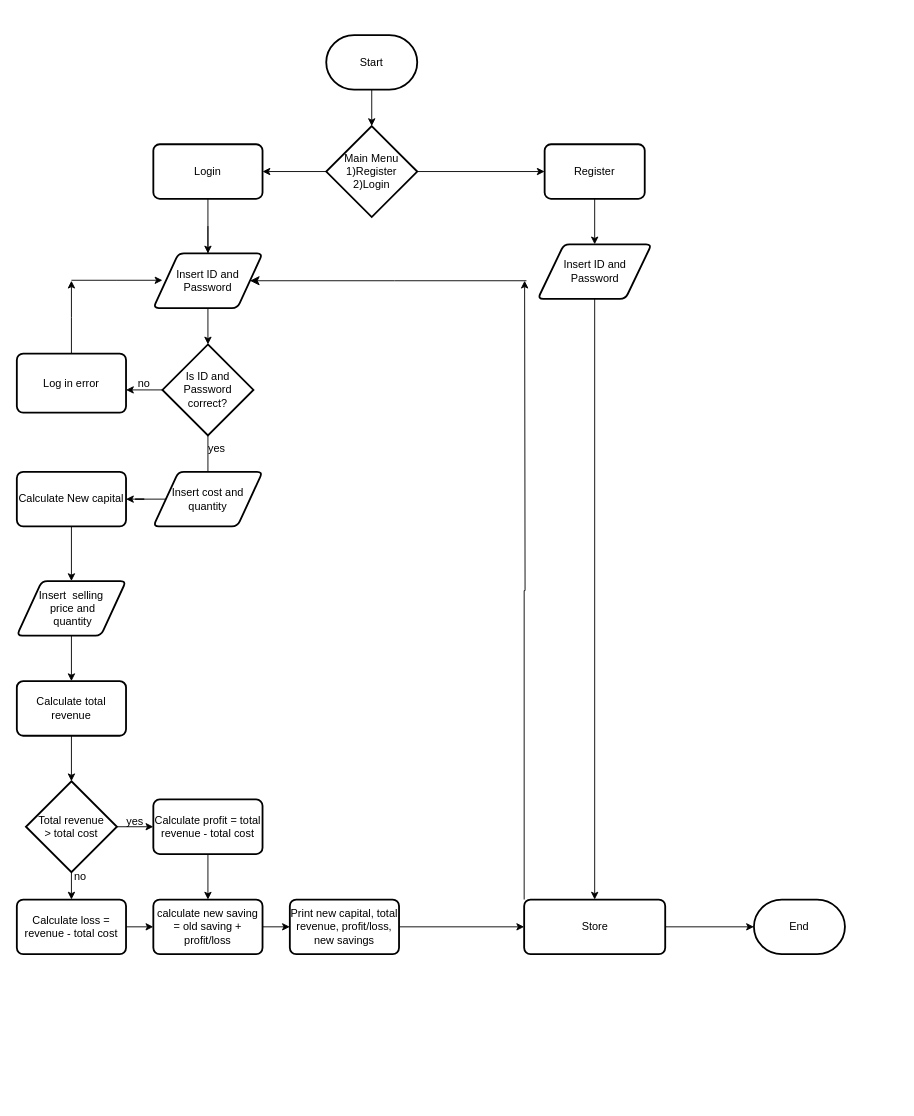
Earlier version of the draw.io diagram Untitled Diagram.drawio (alfredtan132/javajam). Source tidied: cells renumbered, new cells numbered last; positions are measured from the earlier drawing's top-left corner, leaving out a move shared by most shapes. Both pictures are drawn from the tidied source at 91%, with x=0, y=0 at pixel (16, 35).
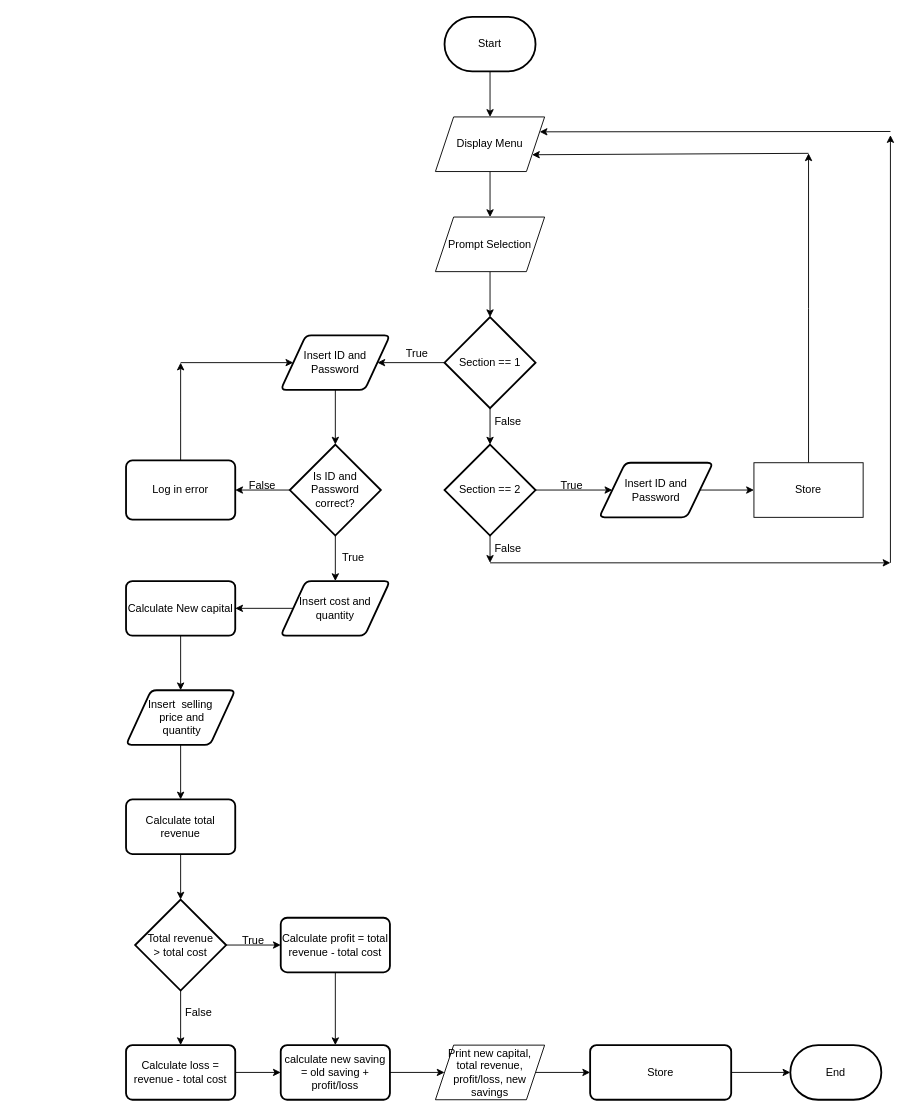
After the change.

Change to the diagram source:
```diff
@@
-    <mxCell id="2" style="edgeStyle=orthogonalEdgeStyle;rounded=0;jettySize=auto;html=1;" parent="1" edge="1" source="3" target="6">
-      <mxGeometry relative="1" as="geometry" />
-    </mxCell>
+    <mxCell id="51" style="edgeStyle=orthogonalEdgeStyle;rounded=0;jettySize=auto;html=1;exitX=0.5;exitY=1;exitDx=0;exitDy=0;exitPerimeter=0;" parent="1" edge="1" source="3" target="58">
+      <mxGeometry relative="1" as="geometry" />
+    </mxCell>
     <mxCell id="3" value="Start" style="strokeWidth=2;html=1;shape=mxgraph.flowchart.terminator;whiteSpace=wrap;" parent="1" vertex="1">
-      <mxGeometry x="340" width="100" height="60" as="geometry" />
+      <mxGeometry x="470" y="-20" width="100" height="60" as="geometry" />
     </mxCell>
-    <mxCell id="4" style="edgeStyle=orthogonalEdgeStyle;rounded=0;jettySize=auto;html=1;entryX=0;entryY=0.5;entryDx=0;entryDy=0;" parent="1" edge="1" source="6" target="20">
-      <mxGeometry relative="1" as="geometry" />
-    </mxCell>
-    <mxCell id="5" style="edgeStyle=orthogonalEdgeStyle;rounded=0;jettySize=auto;html=1;entryX=1;entryY=0.5;entryDx=0;entryDy=0;" parent="1" edge="1" source="6" target="18">
-      <mxGeometry relative="1" as="geometry" />
-    </mxCell>
+    <mxCell id="52" style="edgeStyle=orthogonalEdgeStyle;rounded=0;jettySize=auto;html=1;exitX=0;exitY=0.5;exitDx=0;exitDy=0;exitPerimeter=0;" parent="1" edge="1" source="6" target="13">
+      <mxGeometry relative="1" as="geometry" />
+    </mxCell>
+    <mxCell id="53" style="edgeStyle=orthogonalEdgeStyle;rounded=0;jettySize=auto;html=1;exitX=0.5;exitY=1;exitDx=0;exitDy=0;exitPerimeter=0;entryX=0.5;entryY=0;entryDx=0;entryDy=0;entryPerimeter=0;" parent="1" edge="1" source="6" target="63">
+      <mxGeometry relative="1" as="geometry" />
+    </mxCell>
-    <mxCell id="6" value="Main Menu&lt;br&gt;1)Register&lt;br&gt;2)Login" style="strokeWidth=2;html=1;shape=mxgraph.flowchart.decision;whiteSpace=wrap;" parent="1" vertex="1">
-      <mxGeometry x="340" y="100" width="100" height="100" as="geometry" />
+    <mxCell id="6" value="Section == 1" style="strokeWidth=2;html=1;shape=mxgraph.flowchart.decision;whiteSpace=wrap;" parent="1" vertex="1">
+      <mxGeometry x="470" y="310" width="100" height="100" as="geometry" />
     </mxCell>
-    <mxCell id="7" style="edgeStyle=orthogonalEdgeStyle;rounded=0;orthogonalLoop=1;jettySize=auto;html=1;entryX=0.5;entryY=0;entryDx=0;entryDy=0;" parent="1" edge="1">
-      <mxGeometry relative="1" as="geometry">
-        <mxPoint x="210" y="210" as="sourcePoint" />
-        <mxPoint x="210" y="280" as="targetPoint" />
-      </mxGeometry>
-    </mxCell>
-    <mxCell id="8" style="edgeStyle=orthogonalEdgeStyle;rounded=0;jettySize=auto;html=1;entryX=0.5;entryY=0;entryDx=0;entryDy=0;entryPerimeter=0;" parent="1" edge="1" target="11">
-      <mxGeometry relative="1" as="geometry">
-        <mxPoint x="210" y="340" as="sourcePoint" />
-      </mxGeometry>
-    </mxCell>
+    <mxCell id="54" style="edgeStyle=orthogonalEdgeStyle;rounded=0;jettySize=auto;html=1;exitX=0.5;exitY=1;exitDx=0;exitDy=0;exitPerimeter=0;entryX=0.5;entryY=0;entryDx=0;entryDy=0;" parent="1" edge="1" source="11" target="22">
+      <mxGeometry relative="1" as="geometry" />
+    </mxCell>
-    <mxCell id="9" style="edgeStyle=orthogonalEdgeStyle;rounded=0;jettySize=auto;html=1;entryX=1;entryY=0.615;entryDx=0;entryDy=0;entryPerimeter=0;" parent="1" edge="1" source="11" target="15">
+    <mxCell id="9" style="edgeStyle=orthogonalEdgeStyle;rounded=0;jettySize=auto;html=1;exitX=0;exitY=0.5;exitDx=0;exitDy=0;exitPerimeter=0;entryX=1;entryY=0.5;entryDx=0;entryDy=0;" parent="1" edge="1" source="11" target="15">
       <mxGeometry relative="1" as="geometry" />
     </mxCell>
-    <mxCell id="10" style="edgeStyle=orthogonalEdgeStyle;rounded=0;jettySize=auto;html=1;exitX=0.5;exitY=1;exitDx=0;exitDy=0;exitPerimeter=0;" parent="1" edge="1" source="11">
-      <mxGeometry relative="1" as="geometry">
-        <mxPoint x="210" y="530" as="targetPoint" />
-      </mxGeometry>
-    </mxCell>
     <mxCell id="11" value="Is ID and Password &lt;br&gt;correct?" style="strokeWidth=2;html=1;shape=mxgraph.flowchart.decision;whiteSpace=wrap;" parent="1" vertex="1">
-      <mxGeometry x="160" y="340" width="100" height="100" as="geometry" />
+      <mxGeometry x="300" y="450" width="100" height="100" as="geometry" />
     </mxCell>
-    <mxCell id="12" style="edgeStyle=orthogonalEdgeStyle;rounded=0;jettySize=auto;html=1;entryX=0.5;entryY=0;entryDx=0;entryDy=0;entryPerimeter=0;" parent="1" edge="1" source="13" target="11">
+    <mxCell id="12" style="edgeStyle=orthogonalEdgeStyle;rounded=0;jettySize=auto;html=1;exitX=0.5;exitY=1;exitDx=0;exitDy=0;entryX=0.5;entryY=0;entryDx=0;entryDy=0;entryPerimeter=0;" parent="1" edge="1" source="13" target="11">
       <mxGeometry relative="1" as="geometry" />
     </mxCell>
     <mxCell id="13" value="Insert ID and Password" style="shape=parallelogram;html=1;strokeWidth=2;perimeter=parallelogramPerimeter;whiteSpace=wrap;rounded=1;arcSize=12;size=0.23;" parent="1" vertex="1">
-      <mxGeometry x="150" y="240" width="120" height="60" as="geometry" />
+      <mxGeometry x="290" y="330" width="120" height="60" as="geometry" />
     </mxCell>
-    <mxCell id="14" style="edgeStyle=orthogonalEdgeStyle;rounded=0;jettySize=auto;html=1;" parent="1" edge="1" source="15">
-      <mxGeometry relative="1" as="geometry">
-        <mxPoint x="60" y="270" as="targetPoint" />
-      </mxGeometry>
-    </mxCell>
+    <mxCell id="55" style="edgeStyle=orthogonalEdgeStyle;rounded=0;jettySize=auto;html=1;exitX=0.5;exitY=0;exitDx=0;exitDy=0;" parent="1" edge="1" source="15">
+      <mxGeometry relative="1" as="geometry">
+        <mxPoint x="180" y="360" as="targetPoint" />
+      </mxGeometry>
+    </mxCell>
     <mxCell id="15" value="Log in error" style="rounded=1;whiteSpace=wrap;html=1;absoluteArcSize=1;arcSize=14;strokeWidth=2;" parent="1" vertex="1">
-      <mxGeometry y="350" width="120" height="65" as="geometry" />
+      <mxGeometry x="120" y="467.5" width="120" height="65" as="geometry" />
     </mxCell>
-    <mxCell id="16" style="endArrow=classic;html=1;rounded=0;entryX=0;entryY=0.5;entryDx=0;entryDy=0;" parent="1" edge="1">
-      <mxGeometry relative="1" as="geometry">
-        <mxPoint x="60" y="269.5" as="sourcePoint" />
-        <mxPoint x="160" y="269.5" as="targetPoint" />
-        <Array as="points">
-          <mxPoint x="110" y="269.5" />
-        </Array>
-      </mxGeometry>
-    </mxCell>
-    <mxCell id="17" style="edgeStyle=orthogonalEdgeStyle;rounded=0;jettySize=auto;html=1;exitX=0.5;exitY=1;exitDx=0;exitDy=0;entryX=0.5;entryY=0;entryDx=0;entryDy=0;" parent="1" edge="1" source="18" target="13">
-      <mxGeometry relative="1" as="geometry" />
-    </mxCell>
-    <mxCell id="18" value="Login" style="rounded=1;whiteSpace=wrap;html=1;absoluteArcSize=1;arcSize=14;strokeWidth=2;" parent="1" vertex="1">
-      <mxGeometry x="150" y="120" width="120" height="60" as="geometry" />
-    </mxCell>
-    <mxCell id="19" style="edgeStyle=orthogonalEdgeStyle;rounded=0;jettySize=auto;html=1;exitX=0.5;exitY=1;exitDx=0;exitDy=0;entryX=0.5;entryY=0;entryDx=0;entryDy=0;" parent="1" edge="1" source="20" target="46">
-      <mxGeometry relative="1" as="geometry" />
-    </mxCell>
-    <mxCell id="20" value="Register" style="rounded=1;whiteSpace=wrap;html=1;absoluteArcSize=1;arcSize=14;strokeWidth=2;" parent="1" vertex="1">
-      <mxGeometry x="580" y="120" width="110" height="60" as="geometry" />
-    </mxCell>
@@
     <mxCell id="22" value="Insert cost and quantity" style="shape=parallelogram;html=1;strokeWidth=2;perimeter=parallelogramPerimeter;whiteSpace=wrap;rounded=1;arcSize=12;size=0.23;" parent="1" vertex="1">
-      <mxGeometry x="150" y="480" width="120" height="60" as="geometry" />
+      <mxGeometry x="290" y="600" width="120" height="60" as="geometry" />
     </mxCell>
@@
     <mxCell id="24" value="Calculate New capital" style="rounded=1;whiteSpace=wrap;html=1;absoluteArcSize=1;arcSize=14;strokeWidth=2;" parent="1" vertex="1">
-      <mxGeometry y="480" width="120" height="60" as="geometry" />
+      <mxGeometry x="120" y="600" width="120" height="60" as="geometry" />
     </mxCell>
@@
     <mxCell id="26" value="Calculate total revenue" style="rounded=1;whiteSpace=wrap;html=1;absoluteArcSize=1;arcSize=14;strokeWidth=2;" parent="1" vertex="1">
-      <mxGeometry y="710" width="120" height="60" as="geometry" />
+      <mxGeometry x="120" y="840" width="120" height="60" as="geometry" />
     </mxCell>
@@
     <mxCell id="28" value="Insert&amp;nbsp; selling&lt;br&gt;&amp;nbsp;price and&lt;br&gt;&amp;nbsp;quantity" style="shape=parallelogram;html=1;strokeWidth=2;perimeter=parallelogramPerimeter;whiteSpace=wrap;rounded=1;arcSize=12;size=0.23;" parent="1" vertex="1">
-      <mxGeometry y="600" width="120" height="60" as="geometry" />
+      <mxGeometry x="120" y="720" width="120" height="60" as="geometry" />
     </mxCell>
-    <mxCell id="29" style="edgeStyle=orthogonalEdgeStyle;rounded=0;jettySize=auto;html=1;exitX=0.5;exitY=1;exitDx=0;exitDy=0;" parent="1" edge="1" source="30" target="32">
+    <mxCell id="29" style="edgeStyle=orthogonalEdgeStyle;rounded=0;jettySize=auto;html=1;exitX=0.5;exitY=1;exitDx=0;exitDy=0;entryX=0.5;entryY=0;entryDx=0;entryDy=0;" parent="1" edge="1" source="30" target="32">
       <mxGeometry relative="1" as="geometry" />
     </mxCell>
     <mxCell id="30" value="Calculate profit = total revenue - total cost" style="rounded=1;whiteSpace=wrap;html=1;absoluteArcSize=1;arcSize=14;strokeWidth=2;" parent="1" vertex="1">
-      <mxGeometry x="150" y="840" width="120" height="60" as="geometry" />
+      <mxGeometry x="290" y="970" width="120" height="60" as="geometry" />
     </mxCell>
-    <mxCell id="31" style="edgeStyle=orthogonalEdgeStyle;rounded=0;jettySize=auto;html=1;exitX=1;exitY=0.5;exitDx=0;exitDy=0;entryX=0;entryY=0.5;entryDx=0;entryDy=0;" parent="1" edge="1" source="32" target="39">
+    <mxCell id="31" style="edgeStyle=orthogonalEdgeStyle;rounded=0;jettySize=auto;html=1;exitX=1;exitY=0.5;exitDx=0;exitDy=0;" parent="1" edge="1" source="32" target="39">
       <mxGeometry relative="1" as="geometry" />
     </mxCell>
     <mxCell id="32" value="calculate new saving = old saving + profit/loss" style="rounded=1;whiteSpace=wrap;html=1;absoluteArcSize=1;arcSize=14;strokeWidth=2;" parent="1" vertex="1">
-      <mxGeometry x="150" y="950" width="120" height="60" as="geometry" />
+      <mxGeometry x="290" y="1110" width="120" height="60" as="geometry" />
     </mxCell>
@@
     <mxCell id="34" value="Calculate loss = revenue - total cost" style="rounded=1;whiteSpace=wrap;html=1;absoluteArcSize=1;arcSize=14;strokeWidth=2;" parent="1" vertex="1">
-      <mxGeometry y="950" width="120" height="60" as="geometry" />
+      <mxGeometry x="120" y="1110" width="120" height="60" as="geometry" />
     </mxCell>
@@
     <mxCell id="37" value="Total revenue &lt;br&gt;&amp;gt; total cost" style="strokeWidth=2;html=1;shape=mxgraph.flowchart.decision;whiteSpace=wrap;" parent="1" vertex="1">
-      <mxGeometry x="10" y="820" width="100" height="100" as="geometry" />
+      <mxGeometry x="130" y="950" width="100" height="100" as="geometry" />
     </mxCell>
+    <mxCell id="41" style="edgeStyle=orthogonalEdgeStyle;rounded=0;jettySize=auto;html=1;exitX=1;exitY=0.5;exitDx=0;exitDy=0;entryX=0;entryY=0.5;entryDx=0;entryDy=0;entryPerimeter=0;" parent="1" edge="1" source="42" target="48">
+      <mxGeometry relative="1" as="geometry" />
+    </mxCell>
+    <mxCell id="42" value="Store" style="rounded=1;whiteSpace=wrap;html=1;absoluteArcSize=1;arcSize=14;strokeWidth=2;" parent="1" vertex="1">
+      <mxGeometry x="630" y="1110" width="155" height="60" as="geometry" />
+    </mxCell>
+    <mxCell id="56" style="edgeStyle=orthogonalEdgeStyle;rounded=0;jettySize=auto;html=1;exitX=1;exitY=0.5;exitDx=0;exitDy=0;" parent="1" edge="1" source="46" target="77">
+      <mxGeometry relative="1" as="geometry" />
+    </mxCell>
+    <mxCell id="46" value="Insert ID and Password" style="shape=parallelogram;html=1;strokeWidth=2;perimeter=parallelogramPerimeter;whiteSpace=wrap;rounded=1;arcSize=12;size=0.23;" parent="1" vertex="1">
+      <mxGeometry x="640" y="470" width="125" height="60" as="geometry" />
+    </mxCell>
+    <mxCell id="48" value="End" style="strokeWidth=2;html=1;shape=mxgraph.flowchart.terminator;whiteSpace=wrap;" parent="1" vertex="1">
+      <mxGeometry x="850" y="1110" width="100" height="60" as="geometry" />
+    </mxCell>
-    <mxCell id="38" style="edgeStyle=orthogonalEdgeStyle;rounded=0;jettySize=auto;html=1;exitX=1;exitY=0.5;exitDx=0;exitDy=0;" parent="1" edge="1" source="39" target="42">
+    <mxCell id="38" style="edgeStyle=orthogonalEdgeStyle;rounded=0;jettySize=auto;html=1;exitX=1;exitY=0.5;exitDx=0;exitDy=0;entryX=0;entryY=0.5;entryDx=0;entryDy=0;" parent="1" edge="1" source="39" target="42">
       <mxGeometry relative="1" as="geometry" />
     </mxCell>
-    <mxCell id="39" value="Print new capital, total revenue, profit/loss,&lt;br&gt;new savings" style="rounded=1;whiteSpace=wrap;html=1;absoluteArcSize=1;arcSize=14;strokeWidth=2;" parent="1" vertex="1">
-      <mxGeometry x="300" y="950" width="120" height="60" as="geometry" />
+    <mxCell id="39" value="Print new capital, &lt;br&gt;total revenue, profit/loss, new savings" style="shape=parallelogram;perimeter=parallelogramPerimeter;whiteSpace=wrap;html=1;fixedSize=1;" parent="1" vertex="1">
+      <mxGeometry x="460" y="1110" width="120" height="60" as="geometry" />
     </mxCell>
-    <mxCell id="40" style="edgeStyle=orthogonalEdgeStyle;rounded=0;jettySize=auto;html=1;exitX=0;exitY=0;exitDx=0;exitDy=0;" parent="1" edge="1" source="42">
-      <mxGeometry relative="1" as="geometry">
-        <mxPoint x="558" y="270" as="targetPoint" />
-      </mxGeometry>
-    </mxCell>
-    <mxCell id="41" style="edgeStyle=orthogonalEdgeStyle;rounded=0;jettySize=auto;html=1;exitX=1;exitY=0.5;exitDx=0;exitDy=0;entryX=0;entryY=0.5;entryDx=0;entryDy=0;entryPerimeter=0;" parent="1" edge="1" source="42" target="48">
-      <mxGeometry relative="1" as="geometry" />
-    </mxCell>
-    <mxCell id="42" value="Store" style="rounded=1;whiteSpace=wrap;html=1;absoluteArcSize=1;arcSize=14;strokeWidth=2;" parent="1" vertex="1">
-      <mxGeometry x="557.5" y="950" width="155" height="60" as="geometry" />
-    </mxCell>
-    <mxCell id="43" value="yes" style="text;html=1;strokeColor=none;fillColor=none;align=center;verticalAlign=middle;whiteSpace=wrap;rounded=0;" parent="1" vertex="1">
-      <mxGeometry x="190" y="440" width="60" height="30" as="geometry" />
-    </mxCell>
-    <mxCell id="44" value="no" style="text;html=1;strokeColor=none;fillColor=none;align=center;verticalAlign=middle;whiteSpace=wrap;rounded=0;" parent="1" vertex="1">
-      <mxGeometry x="110" y="367.5" width="60" height="30" as="geometry" />
-    </mxCell>
-    <mxCell id="45" style="edgeStyle=orthogonalEdgeStyle;rounded=0;jettySize=auto;html=1;exitX=0.5;exitY=1;exitDx=0;exitDy=0;" parent="1" edge="1" source="46" target="42">
-      <mxGeometry relative="1" as="geometry" />
-    </mxCell>
-    <mxCell id="46" value="Insert ID and Password" style="shape=parallelogram;html=1;strokeWidth=2;perimeter=parallelogramPerimeter;whiteSpace=wrap;rounded=1;arcSize=12;size=0.23;" parent="1" vertex="1">
-      <mxGeometry x="572.5" y="230" width="125" height="60" as="geometry" />
-    </mxCell>
-    <mxCell id="47" style="edgeStyle=elbowEdgeStyle;elbow=horizontal;endArrow=classic;html=1;curved=0;rounded=0;endSize=8;startSize=8;" parent="1" edge="1" target="13">
-      <mxGeometry relative="1" as="geometry">
-        <mxPoint x="560" y="270" as="sourcePoint" />
-      </mxGeometry>
-    </mxCell>
-    <mxCell id="48" value="End" style="strokeWidth=2;html=1;shape=mxgraph.flowchart.terminator;whiteSpace=wrap;" parent="1" vertex="1">
-      <mxGeometry x="810" y="950" width="100" height="60" as="geometry" />
-    </mxCell>
-    <mxCell id="49" value="yes" style="text;html=1;strokeColor=none;fillColor=none;align=center;verticalAlign=middle;whiteSpace=wrap;rounded=0;" parent="1" vertex="1">
-      <mxGeometry x="100" y="850" width="60" height="30" as="geometry" />
-    </mxCell>
-    <mxCell id="50" value="no" style="text;html=1;strokeColor=none;fillColor=none;align=center;verticalAlign=middle;whiteSpace=wrap;rounded=0;" parent="1" vertex="1">
-      <mxGeometry x="40" y="910" width="60" height="30" as="geometry" />
-    </mxCell>
+    <mxCell id="57" style="edgeStyle=orthogonalEdgeStyle;rounded=0;jettySize=auto;html=1;exitX=0.5;exitY=1;exitDx=0;exitDy=0;" parent="1" edge="1" source="58" target="60">
+      <mxGeometry relative="1" as="geometry" />
+    </mxCell>
+    <mxCell id="58" value="Display Menu" style="shape=parallelogram;perimeter=parallelogramPerimeter;whiteSpace=wrap;html=1;fixedSize=1;" parent="1" vertex="1">
+      <mxGeometry x="460" y="90" width="120" height="60" as="geometry" />
+    </mxCell>
+    <mxCell id="59" style="edgeStyle=orthogonalEdgeStyle;rounded=0;jettySize=auto;html=1;exitX=0.5;exitY=1;exitDx=0;exitDy=0;entryX=0.5;entryY=0;entryDx=0;entryDy=0;entryPerimeter=0;" parent="1" edge="1" source="60" target="6">
+      <mxGeometry relative="1" as="geometry" />
+    </mxCell>
+    <mxCell id="60" value="Prompt Selection" style="shape=parallelogram;perimeter=parallelogramPerimeter;whiteSpace=wrap;html=1;fixedSize=1;" parent="1" vertex="1">
+      <mxGeometry x="460" y="200" width="120" height="60" as="geometry" />
+    </mxCell>
+    <mxCell id="61" style="edgeStyle=orthogonalEdgeStyle;rounded=0;jettySize=auto;html=1;exitX=1;exitY=0.5;exitDx=0;exitDy=0;exitPerimeter=0;" parent="1" edge="1" source="63" target="46">
+      <mxGeometry relative="1" as="geometry" />
+    </mxCell>
+    <mxCell id="62" style="edgeStyle=orthogonalEdgeStyle;rounded=0;jettySize=auto;html=1;exitX=0.5;exitY=1;exitDx=0;exitDy=0;exitPerimeter=0;" parent="1" edge="1" source="63">
+      <mxGeometry relative="1" as="geometry">
+        <mxPoint x="520" y="580" as="targetPoint" />
+      </mxGeometry>
+    </mxCell>
+    <mxCell id="63" value="Section == 2" style="strokeWidth=2;html=1;shape=mxgraph.flowchart.decision;whiteSpace=wrap;" parent="1" vertex="1">
+      <mxGeometry x="470" y="450" width="100" height="100" as="geometry" />
+    </mxCell>
+    <mxCell id="64" style="endArrow=classic;html=1;rounded=0;" parent="1" edge="1" target="13">
+      <mxGeometry relative="1" as="geometry">
+        <mxPoint x="180" y="360" as="sourcePoint" />
+      </mxGeometry>
+    </mxCell>
+    <mxCell id="65" value="True" style="text;html=1;strokeColor=none;fillColor=none;align=center;verticalAlign=middle;whiteSpace=wrap;rounded=0;" parent="1" vertex="1">
+      <mxGeometry x="410" y="335" width="60" height="30" as="geometry" />
+    </mxCell>
+    <mxCell id="66" value="True" style="text;html=1;strokeColor=none;fillColor=none;align=center;verticalAlign=middle;whiteSpace=wrap;rounded=0;" parent="1" vertex="1">
+      <mxGeometry x="580" y="480" width="60" height="30" as="geometry" />
+    </mxCell>
+    <mxCell id="67" value="False" style="text;html=1;strokeColor=none;fillColor=none;align=center;verticalAlign=middle;whiteSpace=wrap;rounded=0;" parent="1" vertex="1">
+      <mxGeometry x="510" y="410" width="60" height="30" as="geometry" />
+    </mxCell>
+    <mxCell id="68" style="endArrow=classic;html=1;rounded=0;" parent="1" edge="1">
+      <mxGeometry relative="1" as="geometry">
+        <mxPoint x="520" y="580" as="sourcePoint" />
+        <mxPoint x="960" y="580" as="targetPoint" />
+      </mxGeometry>
+    </mxCell>
+    <mxCell id="69" style="endArrow=classic;html=1;rounded=0;" parent="1" edge="1">
+      <mxGeometry relative="1" as="geometry">
+        <mxPoint x="960" y="580" as="sourcePoint" />
+        <mxPoint x="960" y="110" as="targetPoint" />
+      </mxGeometry>
+    </mxCell>
+    <mxCell id="70" style="endArrow=classic;html=1;rounded=0;entryX=1;entryY=0.25;entryDx=0;entryDy=0;" parent="1" edge="1" target="58">
+      <mxGeometry relative="1" as="geometry">
+        <mxPoint x="960" y="106" as="sourcePoint" />
+      </mxGeometry>
+    </mxCell>
+    <mxCell id="71" value="False" style="text;html=1;strokeColor=none;fillColor=none;align=center;verticalAlign=middle;whiteSpace=wrap;rounded=0;" parent="1" vertex="1">
+      <mxGeometry x="510" y="550" width="60" height="30" as="geometry" />
+    </mxCell>
+    <mxCell id="72" value="True" style="text;html=1;strokeColor=none;fillColor=none;align=center;verticalAlign=middle;whiteSpace=wrap;rounded=0;" parent="1" vertex="1">
+      <mxGeometry x="340" y="560" width="60" height="30" as="geometry" />
+    </mxCell>
+    <mxCell id="73" value="False" style="text;html=1;strokeColor=none;fillColor=none;align=center;verticalAlign=middle;whiteSpace=wrap;rounded=0;" parent="1" vertex="1">
+      <mxGeometry x="240" y="480" width="60" height="30" as="geometry" />
+    </mxCell>
+    <mxCell id="74" value="True" style="text;html=1;strokeColor=none;fillColor=none;align=center;verticalAlign=middle;whiteSpace=wrap;rounded=0;" parent="1" vertex="1">
+      <mxGeometry x="230" y="980" width="60" height="30" as="geometry" />
+    </mxCell>
+    <mxCell id="75" value="False" style="text;html=1;strokeColor=none;fillColor=none;align=center;verticalAlign=middle;whiteSpace=wrap;rounded=0;" parent="1" vertex="1">
+      <mxGeometry x="170" y="1060" width="60" height="30" as="geometry" />
+    </mxCell>
+    <mxCell id="76" style="edgeStyle=orthogonalEdgeStyle;rounded=0;jettySize=auto;html=1;exitX=0.5;exitY=0;exitDx=0;exitDy=0;" parent="1" edge="1" source="77">
+      <mxGeometry relative="1" as="geometry">
+        <mxPoint x="870" y="130" as="targetPoint" />
+      </mxGeometry>
+    </mxCell>
+    <mxCell id="77" value="Store" style="rounded=0;whiteSpace=wrap;html=1;" parent="1" vertex="1">
+      <mxGeometry x="810" y="470" width="120" height="60" as="geometry" />
+    </mxCell>
+    <mxCell id="78" style="endArrow=classic;html=1;rounded=0;entryX=1;entryY=0.75;entryDx=0;entryDy=0;" parent="1" edge="1" target="58">
+      <mxGeometry relative="1" as="geometry">
+        <mxPoint x="870" y="130" as="sourcePoint" />
+      </mxGeometry>
+    </mxCell>
```
